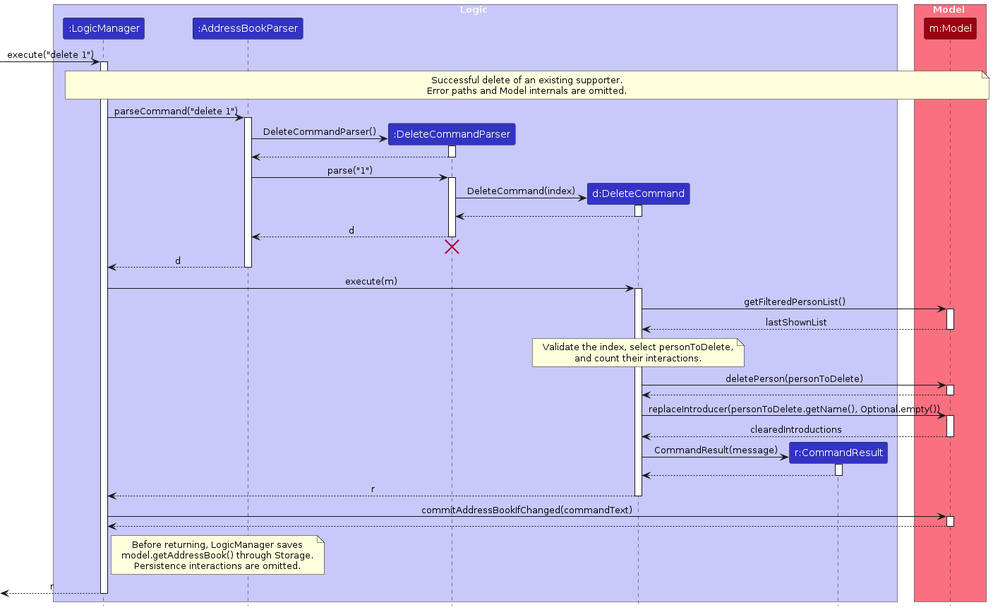
The PlantUML diagram diagrams/DeleteSequenceDiagram.png in AY2627S1-CS2103T-T14-2/tp, before a commit. Its source is kept beside it as diagrams/DeleteSequenceDiagram.puml.
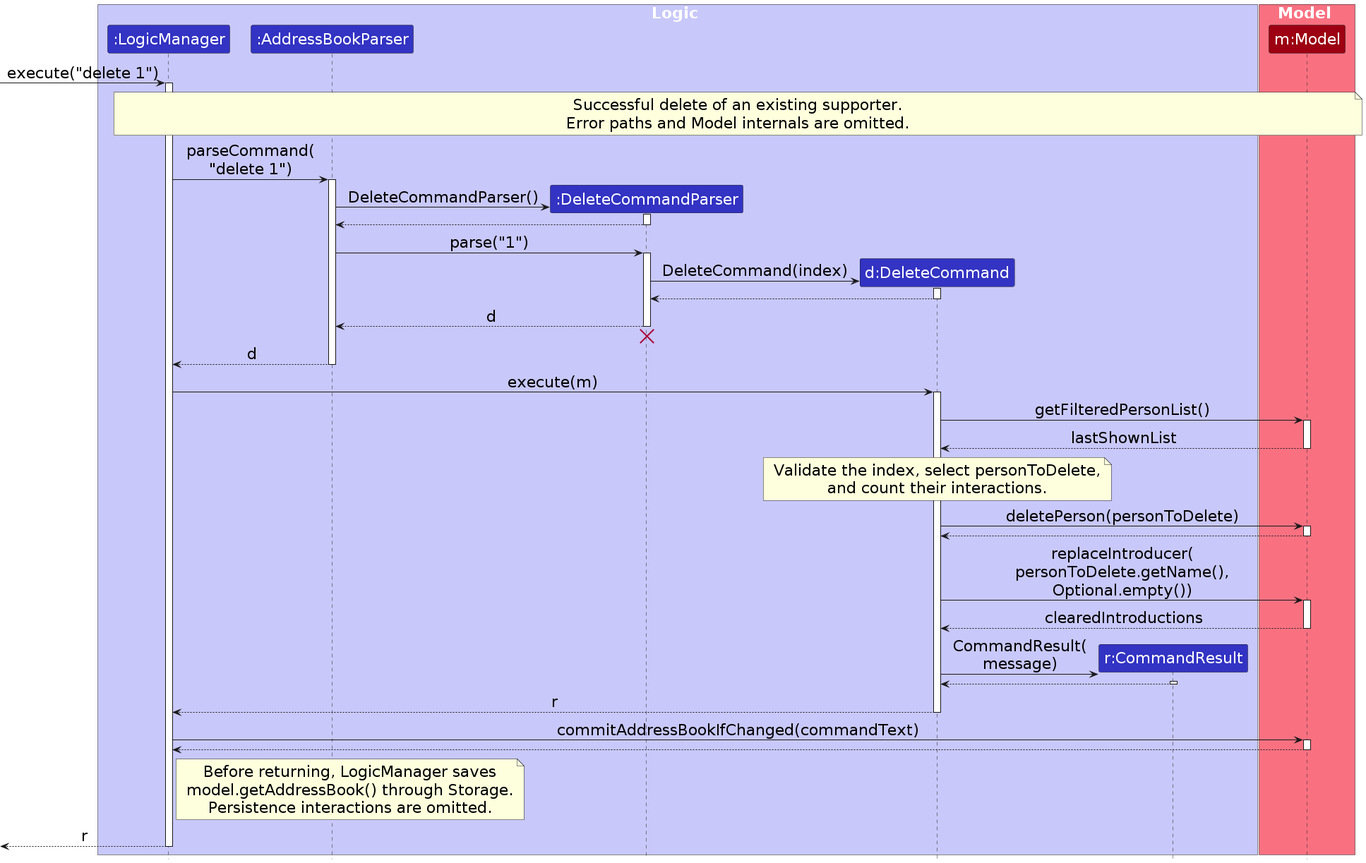
Above is the later version.

The edit, as a diff of the source:
```diff
@@ -1,6 +1,11 @@
 @startuml
 !include style.puml
 skinparam ArrowFontStyle plain
+skinparam DefaultFontSize 22
+skinparam SequenceParticipantFontSize 22
+skinparam SequenceArrowFontSize 22
+skinparam SequenceBoxFontSize 22
+skinparam NoteFontSize 22
 
 box Logic LOGIC_COLOR_T1
 participant ":LogicManager" as LogicManager LOGIC_COLOR
@@ -22,7 +27,7 @@
     Error paths and Model internals are omitted.
 end note
 
-LogicManager -> AddressBookParser : parseCommand("delete 1")
+LogicManager -> AddressBookParser : parseCommand(\n"delete 1")
 activate AddressBookParser
 
 create DeleteCommandParser
@@ -66,13 +71,13 @@
 Model --> DeleteCommand
 deactivate Model
 
-DeleteCommand -> Model : replaceIntroducer(personToDelete.getName(), Optional.empty())
+DeleteCommand -> Model : replaceIntroducer(\npersonToDelete.getName(),\nOptional.empty())
 activate Model
 Model --> DeleteCommand : clearedIntroductions
 deactivate Model
 
 create CommandResult
-DeleteCommand -> CommandResult : CommandResult(message)
+DeleteCommand -> CommandResult : CommandResult(\nmessage)
 activate CommandResult
 CommandResult --> DeleteCommand
 deactivate CommandResult
```
